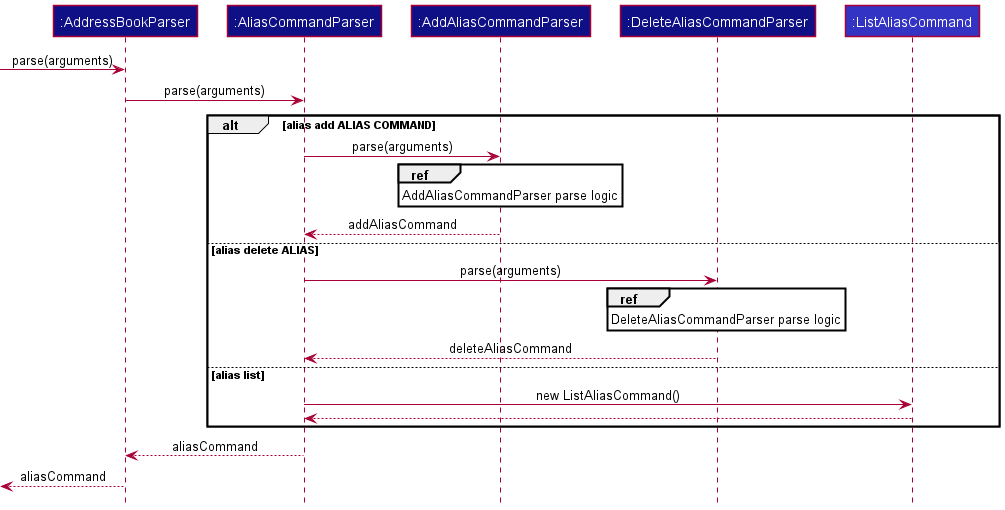
Before: docs/images/AliasCommandSequenceDiagram.png, a diagram exported from PlantUML (nus-cs2103-AY2021S2/tp). Its diagram source:
```plantuml
@startuml
!include style.puml

participant ":AddressBookParser" as AddressBookParser LOGIC_COLOR_T4
participant ":AliasCommandParser" as AliasCommandParser LOGIC_COLOR_T4
participant ":AddAliasCommandParser" as AddAliasCommandParser LOGIC_COLOR_T4
participant ":DeleteAliasCommandParser" as DeleteAliasCommandParser LOGIC_COLOR_T4
participant ":ListAliasCommand" as ListAliasCommand LOGIC_COLOR

[-> AddressBookParser : parse(arguments)
AddressBookParser -> AliasCommandParser : parse(arguments)


alt alias add ALIAS COMMAND
  AliasCommandParser -> AddAliasCommandParser : parse(arguments)
  ref over AddAliasCommandParser
    AddAliasCommandParser parse logic
  end ref
  AddAliasCommandParser --> AliasCommandParser : addAliasCommand
else alias delete ALIAS
  AliasCommandParser -> DeleteAliasCommandParser : parse(arguments)
  ref over DeleteAliasCommandParser
    DeleteAliasCommandParser parse logic
  end ref
  DeleteAliasCommandParser --> AliasCommandParser : deleteAliasCommand
else alias list
  AliasCommandParser -> ListAliasCommand : new ListAliasCommand()
  ListAliasCommand --> AliasCommandParser
end


AliasCommandParser --> AddressBookParser : aliasCommand
[<--AddressBookParser : aliasCommand

@enduml
```
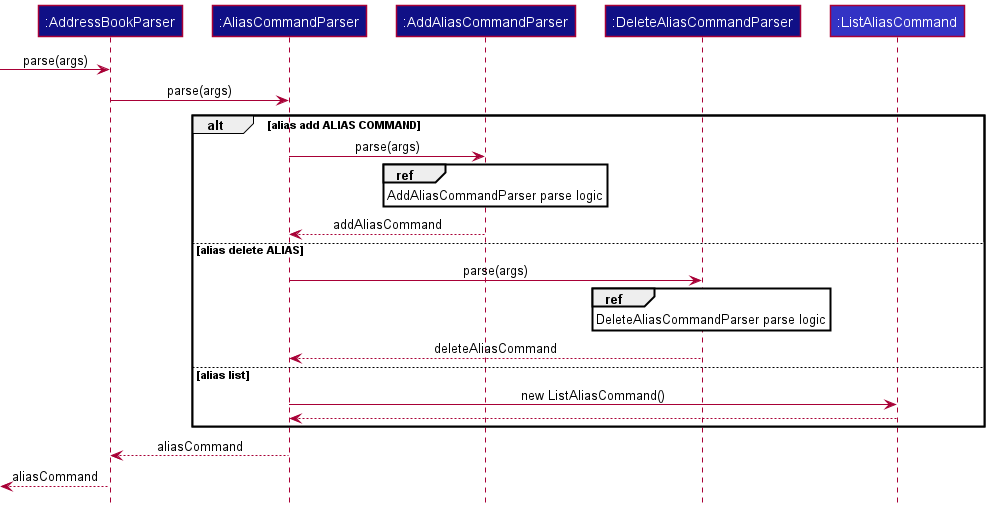
After the change.

Diff of the diagram source:
```diff
@@ -7,18 +7,18 @@
 participant ":DeleteAliasCommandParser" as DeleteAliasCommandParser LOGIC_COLOR_T4
 participant ":ListAliasCommand" as ListAliasCommand LOGIC_COLOR
 
-[-> AddressBookParser : parse(arguments)
-AddressBookParser -> AliasCommandParser : parse(arguments)
+[-> AddressBookParser : parse(args)
+AddressBookParser -> AliasCommandParser : parse(args)
 
 
 alt alias add ALIAS COMMAND
-  AliasCommandParser -> AddAliasCommandParser : parse(arguments)
+  AliasCommandParser -> AddAliasCommandParser : parse(args)
   ref over AddAliasCommandParser
     AddAliasCommandParser parse logic
   end ref
   AddAliasCommandParser --> AliasCommandParser : addAliasCommand
 else alias delete ALIAS
-  AliasCommandParser -> DeleteAliasCommandParser : parse(arguments)
+  AliasCommandParser -> DeleteAliasCommandParser : parse(args)
   ref over DeleteAliasCommandParser
     DeleteAliasCommandParser parse logic
   end ref
```
